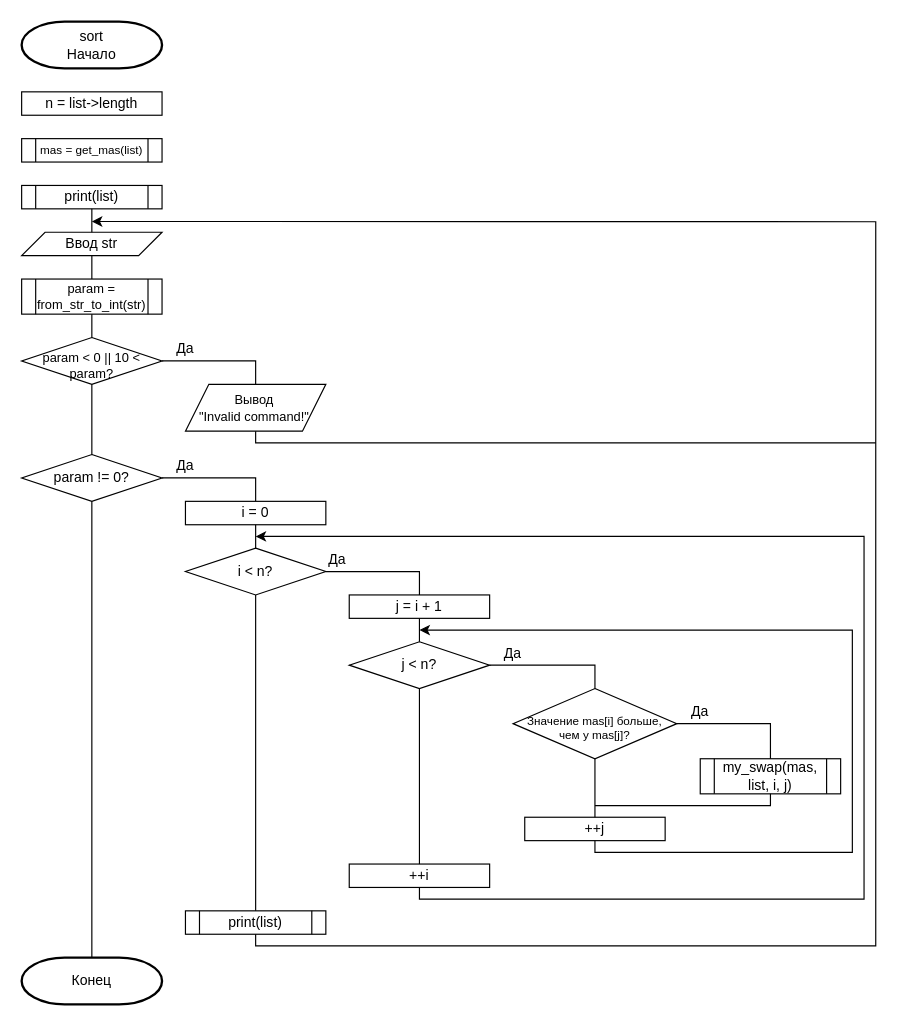
Before: page "sort(1)" (7 of 11) of images/Схема алгоритма.drawio in DexTver/course_work_sql, a draw.io diagram. Source tidied: cells renumbered, new cells numbered last; positions are measured from the earlier drawing's top-left corner, leaving out a move shared by most shapes. Both pictures are drawn from the tidied source at 117%, with x=0, y=0 at pixel (21, 21).
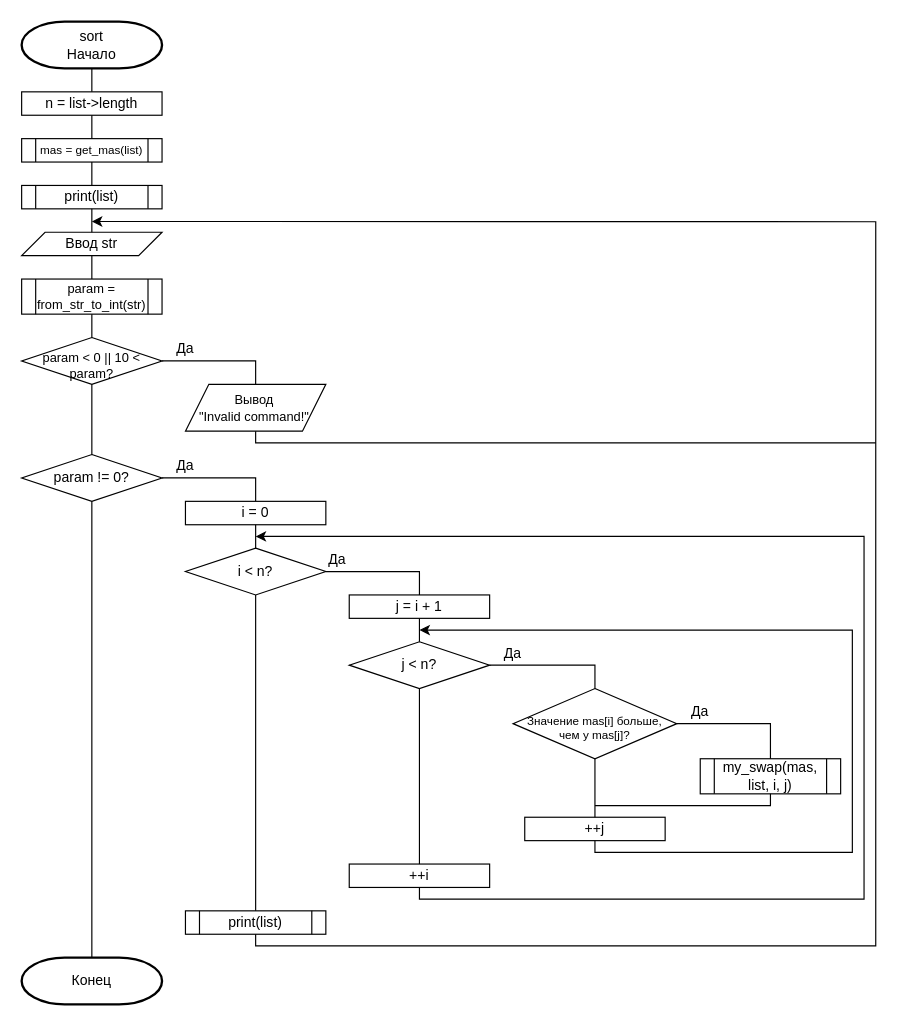
After the change.

The change refers to these unchanged cells:
```xml
<mxCell id="2" value="&lt;div&gt;sort&lt;/div&gt;Начало" style="strokeWidth=2;html=1;shape=mxgraph.flowchart.terminator;whiteSpace=wrap;" parent="1" vertex="1">
  <mxGeometry width="120" height="40" as="geometry" />
</mxCell>
<mxCell id="3" value="n = list-&amp;gt;length" style="rounded=0;whiteSpace=wrap;html=1;" parent="1" vertex="1">
  <mxGeometry y="60" width="120" height="20" as="geometry" />
</mxCell>
<mxCell id="4" value="mas = get_mas(list)" style="shape=process;whiteSpace=wrap;html=1;backgroundOutline=1;fontSize=10;" parent="1" vertex="1">
  <mxGeometry y="100" width="120" height="20" as="geometry" />
</mxCell>
<mxCell id="5" value="print(list)" style="shape=process;whiteSpace=wrap;html=1;backgroundOutline=1;" parent="1" vertex="1">
  <mxGeometry y="140" width="120" height="20" as="geometry" />
</mxCell>
```

The edit, as a diff of the source:
```diff
@@
+    <mxCell id="46" style="endArrow=none;html=1;rounded=0;entryX=0.5;entryY=1;entryDx=0;entryDy=0;exitX=0.5;exitY=0;exitDx=0;exitDy=0;" parent="1" edge="1" source="5" target="4">
+      <mxGeometry relative="1" as="geometry" />
+    </mxCell>
+    <mxCell id="47" style="endArrow=none;html=1;rounded=0;entryX=0.5;entryY=1;entryDx=0;entryDy=0;entryPerimeter=0;exitX=0.5;exitY=0;exitDx=0;exitDy=0;" parent="1" edge="1" source="3" target="2">
+      <mxGeometry relative="1" as="geometry" />
+    </mxCell>
+    <mxCell id="48" style="endArrow=none;html=1;rounded=0;entryX=0.5;entryY=1;entryDx=0;entryDy=0;exitX=0.5;exitY=0;exitDx=0;exitDy=0;" parent="1" edge="1" source="4" target="3">
+      <mxGeometry relative="1" as="geometry" />
+    </mxCell>
```
